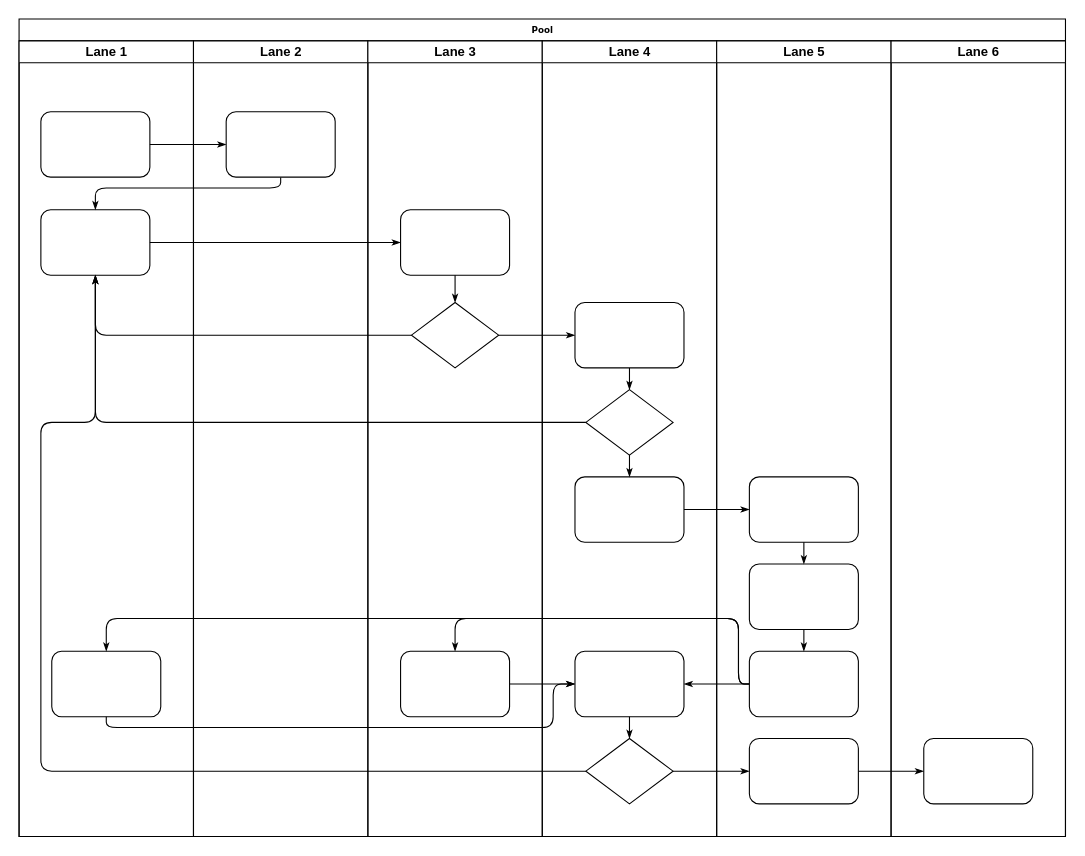
This is src/Untitled Diagram.drawio from gerardnico/viz, a draw.io file, before an edit. Source tidied: cells renumbered, new cells numbered last; positions are measured from the earlier drawing's top-left corner, leaving out a move shared by most shapes. Both pictures are drawn from the tidied source at 109%, with x=0, y=0 at pixel (19, 19).
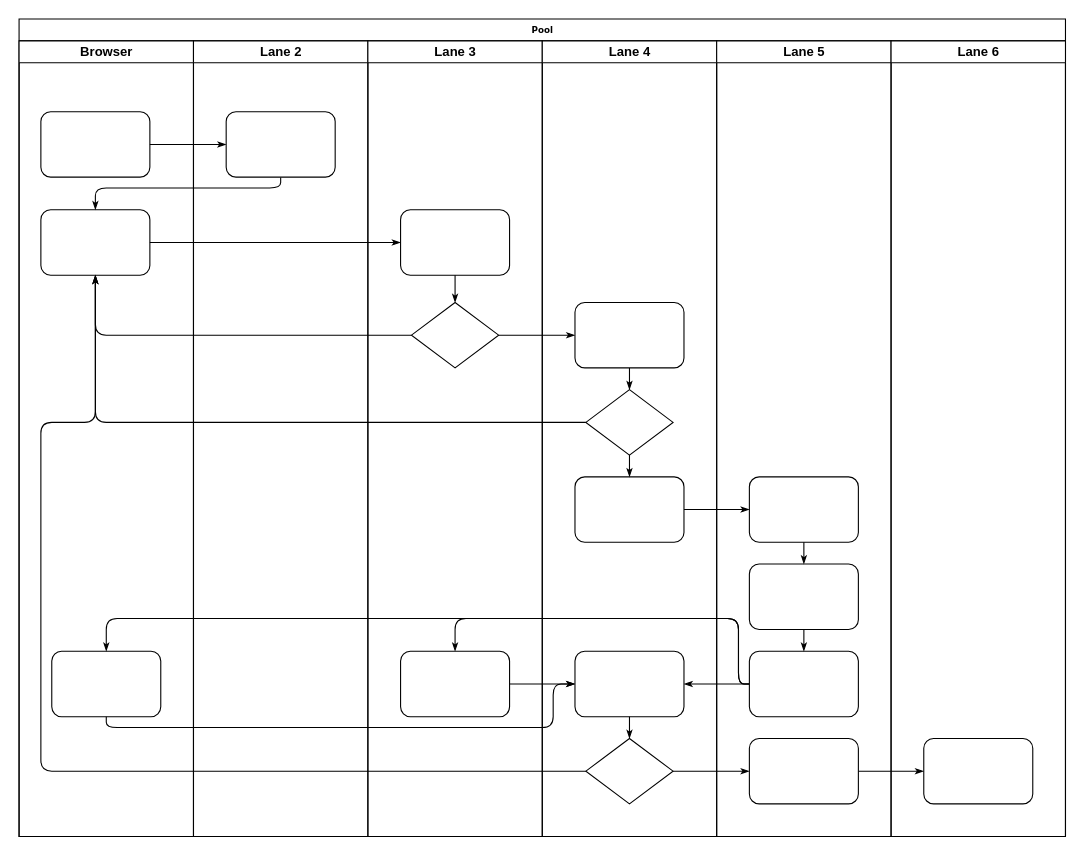
The same page after the edit.

Unchanged cells that the change refers to:
```xml
<mxCell id="2" value="Pool" style="swimlane;html=1;startSize=20;rounded=0;shadow=0;labelBackgroundColor=none;strokeWidth=1;fontFamily=Verdana;fontSize=8;align=center;" parent="1" vertex="1">
  <mxGeometry width="960" height="750" as="geometry" />
</mxCell>
```

What changed in the source:
```diff
@@
-    <mxCell id="3" value="Lane 1" style="swimlane;html=1;startSize=20;" parent="2" vertex="1">
+    <mxCell id="3" value="Browser" style="swimlane;html=1;startSize=20;" parent="2" vertex="1">
       <mxGeometry y="20" width="160" height="730" as="geometry" />
     </mxCell>
```
